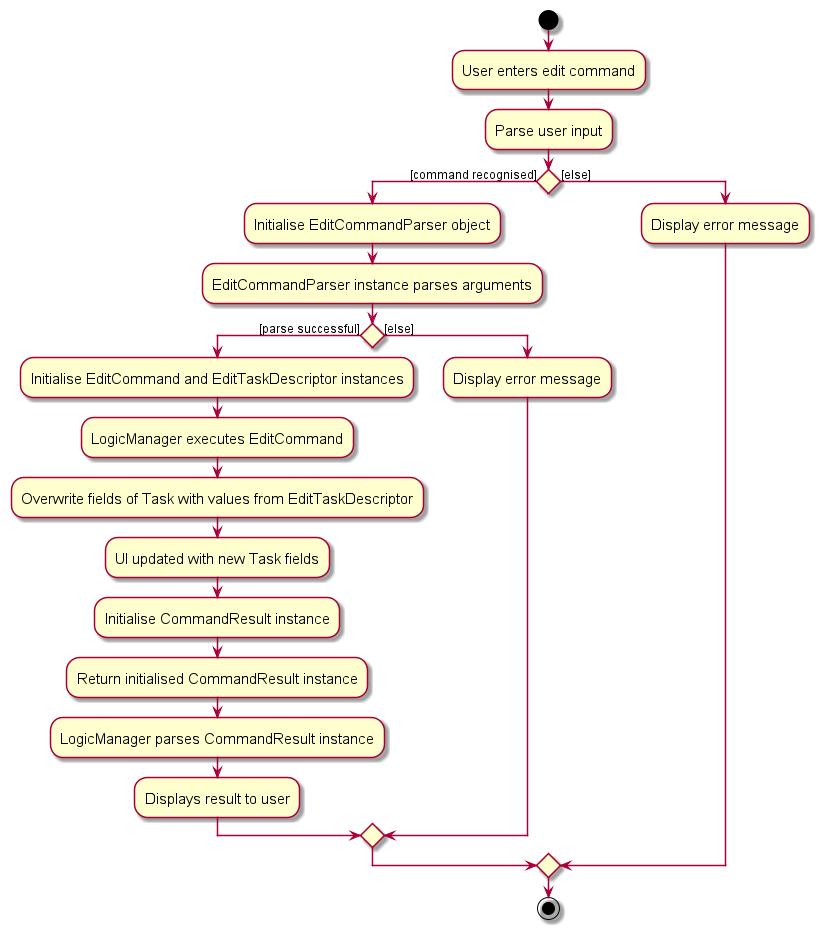
Before: docs/images/EditCommandActivityDiagram.png, a diagram exported from PlantUML (seantehds/tp). Source of this version:
```plantuml
@startuml
skin rose
skinparam ActivityFontSize 15
skinparam ArrowFontSize 12
start
:User enters edit command;


:Parse user input;

if () then ([command recognised])
    :Initialise EditCommandParser object;
    :EditCommandParser instance parses arguments;
    if () then ([parse successful])
        :Initialise EditCommand and EditTaskDescriptor instances;
        :LogicManager executes EditCommand;
        :Overwrite fields of Task with values from EditTaskDescriptor;
        :UI updated with new Task fields;
        :Initialise CommandResult instance;
        :Return initialised CommandResult instance;
        :LogicManager parses CommandResult instance;
        :Displays result to user;
    else ([else])
        :Display error message;
    endif
else ([else])
:Display error message;
endif
stop

@enduml
```
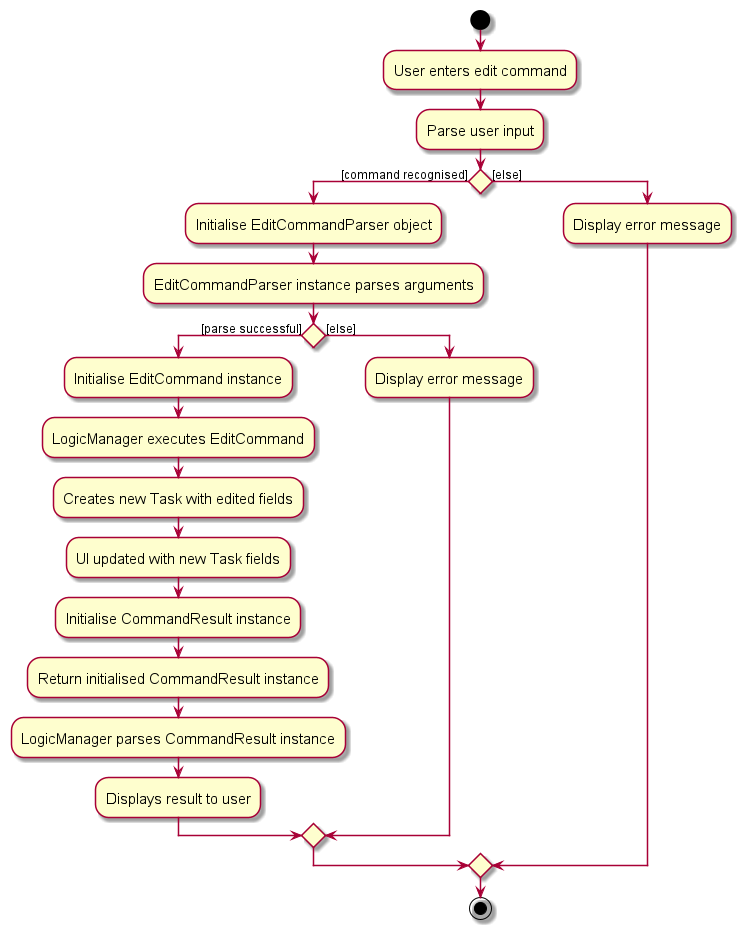
The same file after the commit.

Commit message:
Update activity sequence for edit command

What changed in the source:
```diff
@@ -12,9 +12,9 @@
     :Initialise EditCommandParser object;
     :EditCommandParser instance parses arguments;
     if () then ([parse successful])
-        :Initialise EditCommand and EditTaskDescriptor instances;
+        :Initialise EditCommand instance;
         :LogicManager executes EditCommand;
-        :Overwrite fields of Task with values from EditTaskDescriptor;
+        :Creates new Task with edited fields;
         :UI updated with new Task fields;
         :Initialise CommandResult instance;
         :Return initialised CommandResult instance;
```
